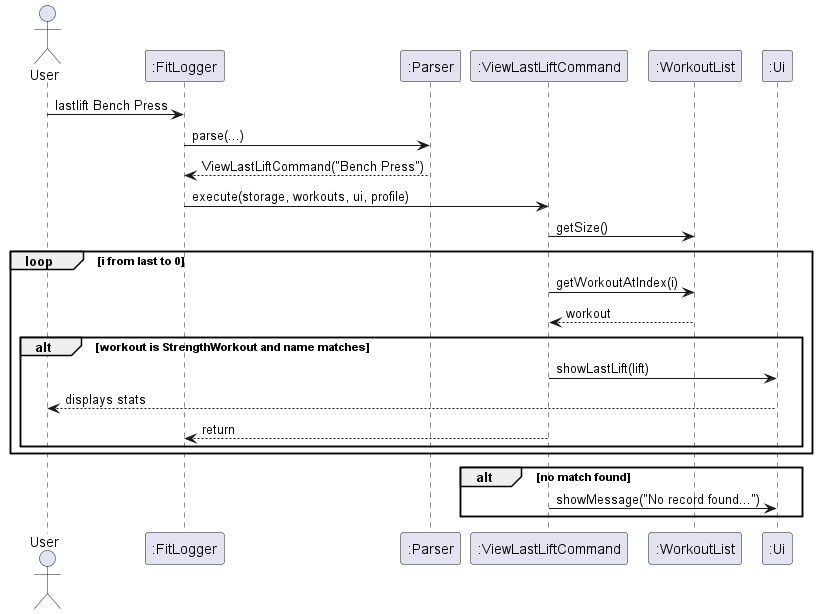
Earlier version of the PlantUML export docs/images/ViewLastLiftSequenceDiagram.png (Daniel-czj/tp). Source of this version:
```plantuml
@startuml
actor User
participant ":FitLogger" as FL
participant ":Parser" as P
participant ":ViewLastLiftCommand" as CMD
participant ":WorkoutList" as WL
participant ":Ui" as UI

User -> FL : lastlift Bench Press
FL -> P : parse(...)
P --> FL : ViewLastLiftCommand("Bench Press")
FL -> CMD : execute(storage, workouts, ui, profile)
CMD -> WL : getSize()
loop i from last to 0
    CMD -> WL : getWorkoutAtIndex(i)
    WL --> CMD : workout
    alt workout is StrengthWorkout and name matches
        CMD -> UI : showLastLift(lift)
        UI --> User : displays stats
        CMD --> FL : return
    end
end
alt no match found
    CMD -> UI : showMessage("No record found...")
end
@enduml
```
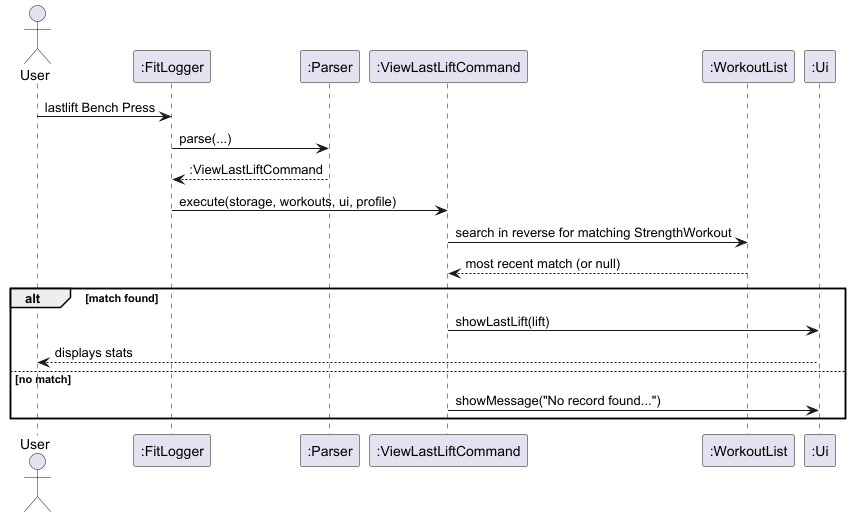
Above is the later version.

Commit message:
Fix sequence diagram feedback: simplify nesting and fix toFileFormat() caller

Diff of the diagram source:
```diff
@@ -8,19 +8,14 @@
 
 User -> FL : lastlift Bench Press
 FL -> P : parse(...)
-P --> FL : ViewLastLiftCommand("Bench Press")
+P --> FL : :ViewLastLiftCommand
 FL -> CMD : execute(storage, workouts, ui, profile)
-CMD -> WL : getSize()
-loop i from last to 0
-    CMD -> WL : getWorkoutAtIndex(i)
-    WL --> CMD : workout
-    alt workout is StrengthWorkout and name matches
-        CMD -> UI : showLastLift(lift)
-        UI --> User : displays stats
-        CMD --> FL : return
-    end
-end
-alt no match found
+CMD -> WL : search in reverse for matching StrengthWorkout
+WL --> CMD : most recent match (or null)
+alt match found
+    CMD -> UI : showLastLift(lift)
+    UI --> User : displays stats
+else no match
     CMD -> UI : showMessage("No record found...")
 end
 @enduml
```
